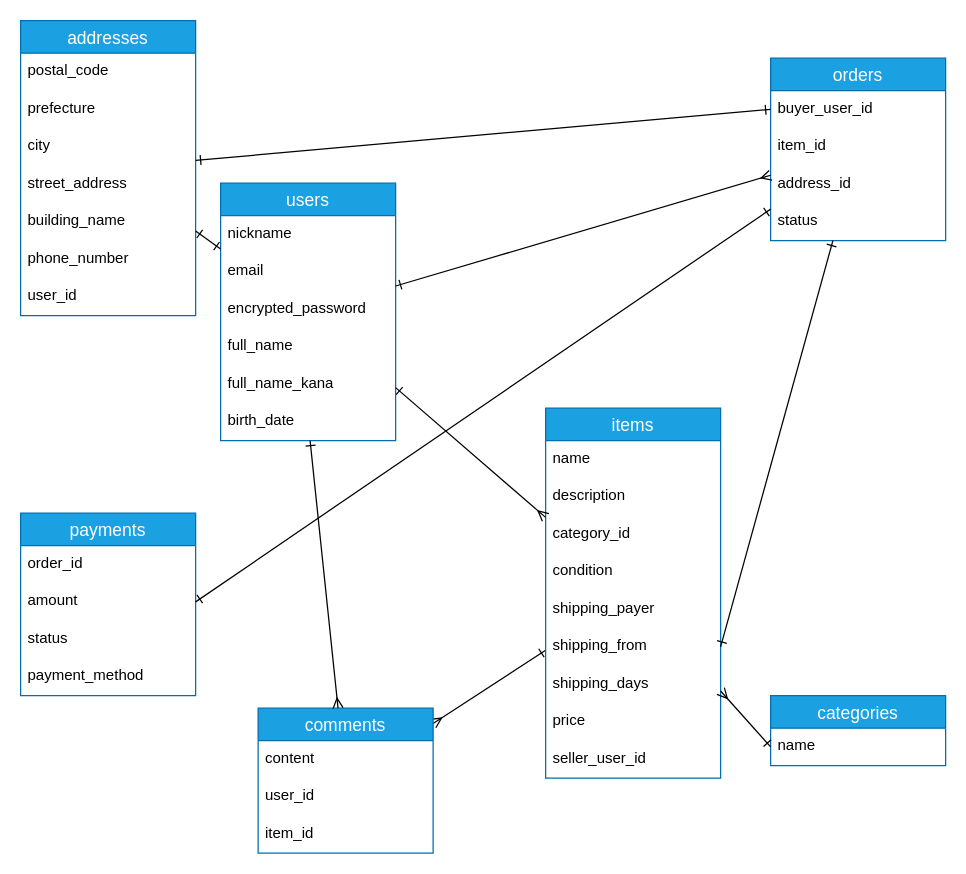
Before: Furima_ER_Diagram.dio in fatgranddad/furima-40477, a draw.io diagram. Source tidied: cells renumbered, new cells numbered last; positions are measured from the earlier drawing's top-left corner, leaving out a move shared by most shapes. Both pictures are drawn from the tidied source at 125%, with x=0, y=0 at pixel (20, 20).
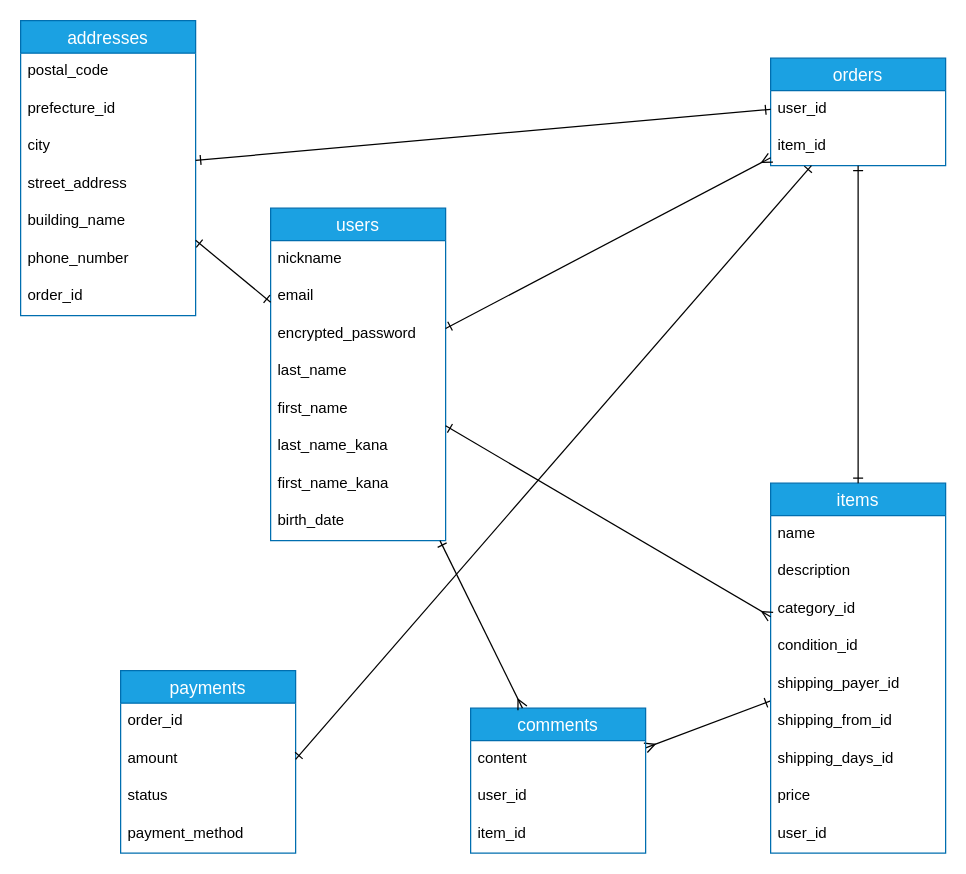
The same diagram, later.

Unchanged cells that the change refers to:
```xml
<mxCell id="20" value="addresses" style="swimlane;fontStyle=0;horizontal=1;startSize=26;align=center;fontSize=14;fillColor=#1ba1e2;fontColor=#ffffff;strokeColor=#006EAF;" parent="1" vertex="1">
  <mxGeometry width="140" height="236" as="geometry" />
</mxCell>
```

Change to the diagram source:
```diff
@@
     <mxCell id="2" value="users" style="swimlane;fontStyle=0;horizontal=1;startSize=26;align=center;fontSize=14;fillColor=#1ba1e2;fontColor=#ffffff;strokeColor=#006EAF;" parent="1" vertex="1">
-      <mxGeometry x="160" y="130" width="140" height="206" as="geometry" />
+      <mxGeometry x="200" y="150" width="140" height="266" as="geometry" />
     </mxCell>
@@
-    <mxCell id="6" value="full_name" style="text;strokeColor=none;fillColor=none;spacingLeft=4;spacingRight=4;overflow=hidden;fontSize=12;" parent="2" vertex="1">
+    <mxCell id="6" value="last_name" style="text;strokeColor=none;fillColor=none;spacingLeft=4;spacingRight=4;overflow=hidden;fontSize=12;" parent="2" vertex="1">
       <mxGeometry y="116" width="140" height="30" as="geometry" />
     </mxCell>
-    <mxCell id="7" value="full_name_kana" style="text;strokeColor=none;fillColor=none;spacingLeft=4;spacingRight=4;overflow=hidden;fontSize=12;" parent="2" vertex="1">
+    <mxCell id="7" value="first_name" style="text;strokeColor=none;fillColor=none;spacingLeft=4;spacingRight=4;overflow=hidden;fontSize=12;" parent="2" vertex="1">
       <mxGeometry y="146" width="140" height="30" as="geometry" />
     </mxCell>
-    <mxCell id="8" value="birth_date" style="text;strokeColor=none;fillColor=none;spacingLeft=4;spacingRight=4;overflow=hidden;points=[[0,0.5],[1,0.5]];portConstraint=eastwest;fontSize=12;" parent="2" vertex="1">
+    <mxCell id="8" value="last_name_kana" style="text;strokeColor=none;fillColor=none;spacingLeft=4;spacingRight=4;overflow=hidden;points=[[0,0.5],[1,0.5]];portConstraint=eastwest;fontSize=12;" parent="2" vertex="1">
       <mxGeometry y="176" width="140" height="30" as="geometry" />
     </mxCell>
+    <mxCell id="52" value="first_name_kana" style="text;strokeColor=none;fillColor=none;spacingLeft=4;spacingRight=4;overflow=hidden;fontSize=12;" parent="2" vertex="1">
+      <mxGeometry y="206" width="140" height="30" as="geometry" />
+    </mxCell>
+    <mxCell id="53" value="birth_date" style="text;strokeColor=none;fillColor=none;spacingLeft=4;spacingRight=4;overflow=hidden;fontSize=12;" parent="2" vertex="1">
+      <mxGeometry y="236" width="140" height="30" as="geometry" />
+    </mxCell>
@@
     <mxCell id="10" value="items" style="swimlane;fontStyle=0;horizontal=1;startSize=26;align=center;fontSize=14;fillColor=#1ba1e2;fontColor=#ffffff;strokeColor=#006EAF;" parent="1" vertex="1">
-      <mxGeometry x="420" y="310" width="140" height="296" as="geometry" />
+      <mxGeometry x="600" y="370" width="140" height="296" as="geometry" />
     </mxCell>
@@
-    <mxCell id="14" value="condition" style="text;strokeColor=none;fillColor=none;spacingLeft=4;spacingRight=4;overflow=hidden;fontSize=12;" parent="10" vertex="1">
+    <mxCell id="14" value="condition_id" style="text;strokeColor=none;fillColor=none;spacingLeft=4;spacingRight=4;overflow=hidden;fontSize=12;" parent="10" vertex="1">
       <mxGeometry y="116" width="140" height="30" as="geometry" />
     </mxCell>
-    <mxCell id="15" value="shipping_payer" style="text;strokeColor=none;fillColor=none;spacingLeft=4;spacingRight=4;overflow=hidden;fontSize=12;" parent="10" vertex="1">
+    <mxCell id="15" value="shipping_payer_id" style="text;strokeColor=none;fillColor=none;spacingLeft=4;spacingRight=4;overflow=hidden;fontSize=12;" parent="10" vertex="1">
       <mxGeometry y="146" width="140" height="30" as="geometry" />
     </mxCell>
-    <mxCell id="16" value="shipping_from" style="text;strokeColor=none;fillColor=none;spacingLeft=4;spacingRight=4;overflow=hidden;points=[[0,0.5],[1,0.5]];portConstraint=eastwest;fontSize=12;" parent="10" vertex="1">
+    <mxCell id="16" value="shipping_from_id" style="text;strokeColor=none;fillColor=none;spacingLeft=4;spacingRight=4;overflow=hidden;points=[[0,0.5],[1,0.5]];portConstraint=eastwest;fontSize=12;" parent="10" vertex="1">
       <mxGeometry y="176" width="140" height="30" as="geometry" />
     </mxCell>
-    <mxCell id="17" value="shipping_days" style="text;strokeColor=none;fillColor=none;spacingLeft=4;spacingRight=4;overflow=hidden;fontSize=12;" parent="10" vertex="1">
+    <mxCell id="17" value="shipping_days_id" style="text;strokeColor=none;fillColor=none;spacingLeft=4;spacingRight=4;overflow=hidden;fontSize=12;" parent="10" vertex="1">
       <mxGeometry y="206" width="140" height="30" as="geometry" />
     </mxCell>
@@
-    <mxCell id="19" value="seller_user_id" style="text;strokeColor=none;fillColor=none;spacingLeft=4;spacingRight=4;overflow=hidden;fontSize=12;" parent="10" vertex="1">
+    <mxCell id="19" value="user_id" style="text;strokeColor=none;fillColor=none;spacingLeft=4;spacingRight=4;overflow=hidden;fontSize=12;" parent="10" vertex="1">
       <mxGeometry y="266" width="140" height="30" as="geometry" />
     </mxCell>
@@
-    <mxCell id="22" value="prefecture" style="text;strokeColor=none;fillColor=none;spacingLeft=4;spacingRight=4;overflow=hidden;fontSize=12;" parent="20" vertex="1">
+    <mxCell id="22" value="prefecture_id" style="text;strokeColor=none;fillColor=none;spacingLeft=4;spacingRight=4;overflow=hidden;fontSize=12;" parent="20" vertex="1">
       <mxGeometry y="56" width="140" height="30" as="geometry" />
     </mxCell>
@@
-    <mxCell id="27" value="user_id" style="text;strokeColor=none;fillColor=none;spacingLeft=4;spacingRight=4;overflow=hidden;fontSize=12;" parent="20" vertex="1">
+    <mxCell id="27" value="order_id" style="text;strokeColor=none;fillColor=none;spacingLeft=4;spacingRight=4;overflow=hidden;fontSize=12;" parent="20" vertex="1">
       <mxGeometry y="206" width="140" height="30" as="geometry" />
     </mxCell>
     <mxCell id="28" value="payments" style="swimlane;fontStyle=0;horizontal=1;startSize=26;align=center;fontSize=14;fillColor=#1ba1e2;fontColor=#ffffff;strokeColor=#006EAF;" parent="1" vertex="1">
-      <mxGeometry y="394" width="140" height="146" as="geometry" />
+      <mxGeometry x="80" y="520" width="140" height="146" as="geometry" />
     </mxCell>
@@
-    <mxCell id="33" value="categories" style="swimlane;fontStyle=0;horizontal=1;startSize=26;align=center;fontSize=14;fillColor=#1ba1e2;fontColor=#ffffff;strokeColor=#006EAF;" parent="1" vertex="1">
-      <mxGeometry x="600" y="540" width="140" height="56" as="geometry" />
-    </mxCell>
-    <mxCell id="34" value="name" style="text;strokeColor=none;fillColor=none;spacingLeft=4;spacingRight=4;overflow=hidden;points=[[0,0.5],[1,0.5]];portConstraint=eastwest;fontSize=12;" parent="33" vertex="1">
-      <mxGeometry y="26" width="140" height="30" as="geometry" />
-    </mxCell>
     <mxCell id="35" value="comments" style="swimlane;fontStyle=0;horizontal=1;startSize=26;align=center;fontSize=14;fillColor=#1ba1e2;fontColor=#ffffff;strokeColor=#006EAF;" parent="1" vertex="1">
-      <mxGeometry x="190" y="550" width="140" height="116" as="geometry" />
+      <mxGeometry x="360" y="550" width="140" height="116" as="geometry" />
     </mxCell>
@@
     <mxCell id="39" value="orders" style="swimlane;fontStyle=0;horizontal=1;startSize=26;align=center;fontSize=14;fillColor=#1ba1e2;fontColor=#ffffff;strokeColor=#006EAF;" parent="1" vertex="1">
-      <mxGeometry x="600" y="30" width="140" height="146" as="geometry" />
+      <mxGeometry x="600" y="30" width="140" height="86" as="geometry" />
     </mxCell>
-    <mxCell id="40" value="buyer_user_id" style="text;strokeColor=none;fillColor=none;spacingLeft=4;spacingRight=4;overflow=hidden;points=[[0,0.5],[1,0.5]];portConstraint=eastwest;fontSize=12;" parent="39" vertex="1">
+    <mxCell id="40" value="user_id" style="text;strokeColor=none;fillColor=none;spacingLeft=4;spacingRight=4;overflow=hidden;points=[[0,0.5],[1,0.5]];portConstraint=eastwest;fontSize=12;" parent="39" vertex="1">
       <mxGeometry y="26" width="140" height="30" as="geometry" />
     </mxCell>
@@
-    <mxCell id="42" value="address_id" style="text;strokeColor=none;fillColor=none;spacingLeft=4;spacingRight=4;overflow=hidden;fontSize=12;" parent="39" vertex="1">
-      <mxGeometry y="86" width="140" height="30" as="geometry" />
-    </mxCell>
-    <mxCell id="43" value="status" style="text;strokeColor=none;fillColor=none;spacingLeft=4;spacingRight=4;overflow=hidden;fontSize=12;" parent="39" vertex="1">
-      <mxGeometry y="116" width="140" height="30" as="geometry" />
-    </mxCell>
@@
-    <mxCell id="45" style="edgeStyle=none;html=1;startArrow=ERone;startFill=0;endArrow=ERmany;endFill=0;" parent="1" edge="1" source="8" target="35">
+    <mxCell id="45" style="edgeStyle=none;html=1;startArrow=ERone;startFill=0;endArrow=ERmany;endFill=0;" parent="1" edge="1" source="2" target="35">
       <mxGeometry relative="1" as="geometry" />
     </mxCell>
@@
-    <mxCell id="48" style="edgeStyle=none;html=1;exitX=1;exitY=0.5;exitDx=0;exitDy=0;startArrow=ERone;startFill=0;endArrow=ERone;endFill=0;" parent="1" edge="1" source="16" target="39">
+    <mxCell id="48" style="edgeStyle=none;html=1;startArrow=ERone;startFill=0;endArrow=ERone;endFill=0;" parent="1" edge="1" source="10" target="39">
       <mxGeometry relative="1" as="geometry" />
     </mxCell>
@@
-    <mxCell id="51" style="edgeStyle=none;html=1;exitX=0;exitY=0.5;exitDx=0;exitDy=0;startArrow=ERone;startFill=0;endArrow=ERmany;endFill=0;" parent="1" edge="1" source="34" target="10">
-      <mxGeometry relative="1" as="geometry" />
-    </mxCell>
```
